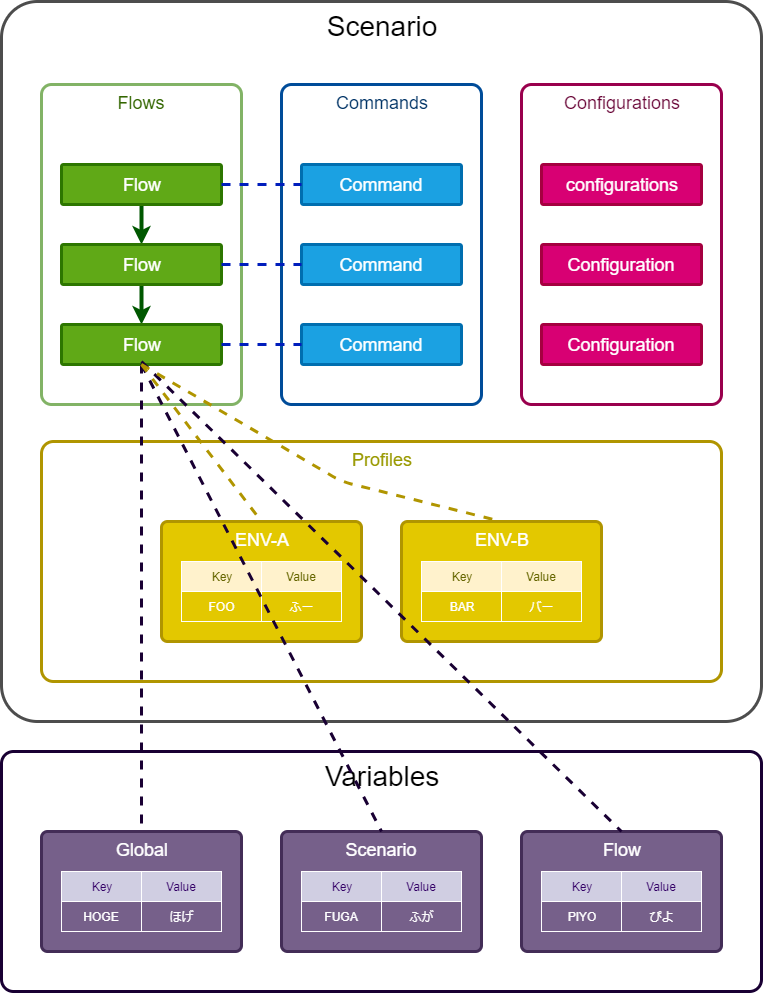
Earlier version of the draw.io export docs/pages/specification/images/scenario-image.png (epion-tropic-test-tool/epion-t3-doc). Source tidied: cells renumbered, new cells last; positions are measured from the earlier drawing's top-left corner, leaving out a move shared by most shapes.
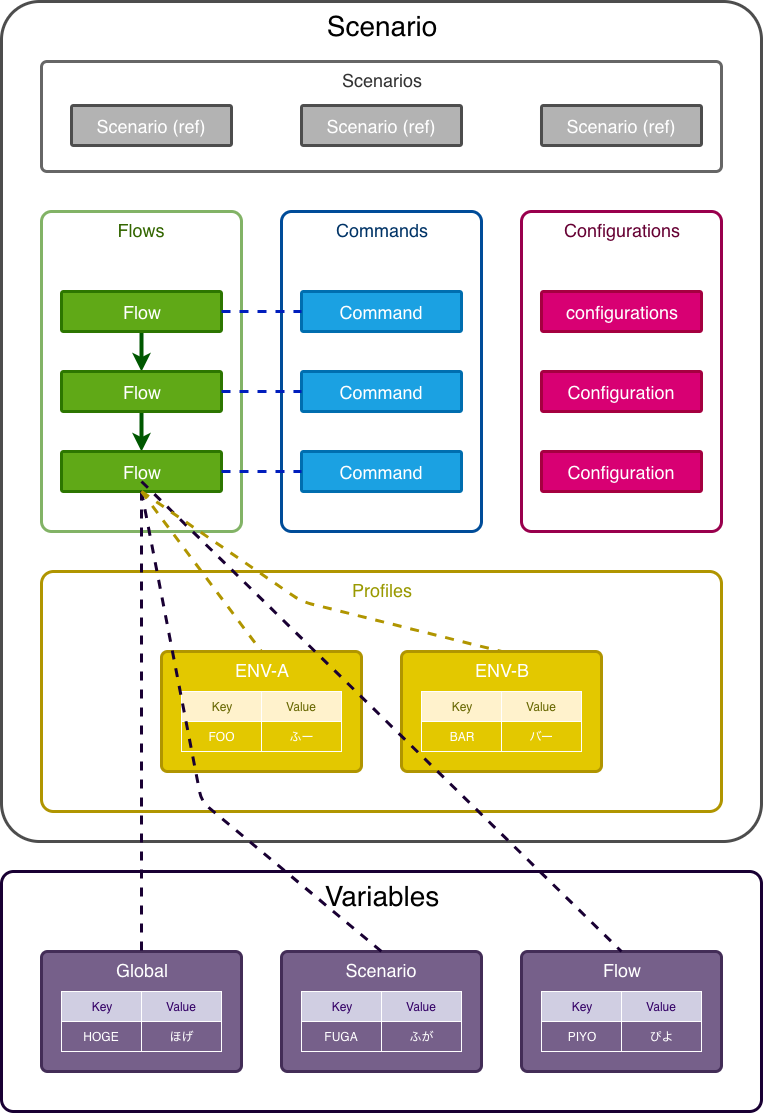
After the change.

Diff of the diagram source:
```diff
@@ -5,6 +5,6 @@
     <mxCell id="2" value="&lt;div style=&quot;text-align: left&quot;&gt;&lt;font style=&quot;font-size: 28px&quot;&gt;Scenario&lt;/font&gt;&lt;/div&gt;" style="rounded=1;whiteSpace=wrap;html=1;arcSize=5;align=center;verticalAlign=top;fillColor=none;strokeColor=#4D4D4D;strokeWidth=3;labelBackgroundColor=#ffffff;perimeterSpacing=0;comic=0;shadow=0;glass=0;" parent="1" vertex="1">
-      <mxGeometry width="760" height="720" as="geometry" />
+      <mxGeometry width="760" height="840" as="geometry" />
     </mxCell>
     <mxCell id="3" value="&lt;div style=&quot;text-align: left&quot;&gt;&lt;span style=&quot;font-size: 18px&quot;&gt;Flows&lt;/span&gt;&lt;/div&gt;" style="rounded=1;whiteSpace=wrap;html=1;arcSize=5;align=center;verticalAlign=top;fillColor=none;strokeColor=#82b366;gradientColor=none;strokeWidth=3;fontColor=#336600;" parent="1" vertex="1">
-      <mxGeometry x="40" y="83" width="200" height="320" as="geometry" />
+      <mxGeometry x="40" y="210" width="200" height="320" as="geometry" />
     </mxCell>
@@ -14,3 +14,3 @@
     <mxCell id="5" value="&lt;div style=&quot;text-align: left&quot;&gt;&lt;span style=&quot;font-size: 18px&quot;&gt;Flow&lt;/span&gt;&lt;/div&gt;" style="rounded=1;whiteSpace=wrap;html=1;arcSize=5;align=center;verticalAlign=middle;fillColor=#60a917;strokeColor=#2D7600;strokeWidth=3;fontColor=#ffffff;" parent="1" vertex="1">
-      <mxGeometry x="60" y="163" width="160" height="40" as="geometry" />
+      <mxGeometry x="60" y="290" width="160" height="40" as="geometry" />
     </mxCell>
@@ -20,30 +20,30 @@
     <mxCell id="7" value="&lt;div style=&quot;text-align: left&quot;&gt;&lt;span style=&quot;font-size: 18px&quot;&gt;Flow&lt;/span&gt;&lt;/div&gt;" style="rounded=1;whiteSpace=wrap;html=1;arcSize=5;align=center;verticalAlign=middle;fillColor=#60a917;strokeColor=#2D7600;strokeWidth=3;fontColor=#ffffff;" parent="1" vertex="1">
-      <mxGeometry x="60" y="243" width="160" height="40" as="geometry" />
+      <mxGeometry x="60" y="370" width="160" height="40" as="geometry" />
     </mxCell>
     <mxCell id="8" value="&lt;div style=&quot;text-align: left&quot;&gt;&lt;span style=&quot;font-size: 18px&quot;&gt;Flow&lt;/span&gt;&lt;/div&gt;" style="rounded=1;whiteSpace=wrap;html=1;arcSize=5;align=center;verticalAlign=middle;fillColor=#60a917;strokeColor=#2D7600;strokeWidth=3;fontColor=#ffffff;" parent="1" vertex="1">
-      <mxGeometry x="60" y="323" width="160" height="40" as="geometry" />
+      <mxGeometry x="60" y="450" width="160" height="40" as="geometry" />
     </mxCell>
     <mxCell id="9" value="&lt;div style=&quot;text-align: left&quot;&gt;&lt;span style=&quot;font-size: 18px&quot;&gt;Commands&lt;/span&gt;&lt;/div&gt;" style="rounded=1;whiteSpace=wrap;html=1;arcSize=5;align=center;verticalAlign=top;fillColor=none;strokeColor=#004C99;gradientColor=none;strokeWidth=3;fontColor=#003366;" parent="1" vertex="1">
-      <mxGeometry x="280" y="83" width="200" height="320" as="geometry" />
+      <mxGeometry x="280" y="210" width="200" height="320" as="geometry" />
     </mxCell>
     <mxCell id="10" value="&lt;div style=&quot;text-align: left&quot;&gt;&lt;span style=&quot;font-size: 18px&quot;&gt;Command&lt;/span&gt;&lt;/div&gt;" style="rounded=1;whiteSpace=wrap;html=1;arcSize=5;align=center;verticalAlign=middle;fillColor=#1ba1e2;strokeColor=#006EAF;strokeWidth=3;fontColor=#ffffff;" parent="1" vertex="1">
-      <mxGeometry x="300" y="163" width="160" height="40" as="geometry" />
+      <mxGeometry x="300" y="290" width="160" height="40" as="geometry" />
     </mxCell>
     <mxCell id="11" value="&lt;div style=&quot;text-align: left&quot;&gt;&lt;span style=&quot;font-size: 18px&quot;&gt;Command&lt;/span&gt;&lt;/div&gt;" style="rounded=1;whiteSpace=wrap;html=1;arcSize=5;align=center;verticalAlign=middle;fillColor=#1ba1e2;strokeColor=#006EAF;strokeWidth=3;fontColor=#ffffff;" parent="1" vertex="1">
-      <mxGeometry x="300" y="243" width="160" height="40" as="geometry" />
+      <mxGeometry x="300" y="370" width="160" height="40" as="geometry" />
     </mxCell>
     <mxCell id="12" value="&lt;div style=&quot;text-align: left&quot;&gt;&lt;span style=&quot;font-size: 18px&quot;&gt;Command&lt;/span&gt;&lt;/div&gt;" style="rounded=1;whiteSpace=wrap;html=1;arcSize=5;align=center;verticalAlign=middle;fillColor=#1ba1e2;strokeColor=#006EAF;strokeWidth=3;fontColor=#ffffff;" parent="1" vertex="1">
-      <mxGeometry x="300" y="323" width="160" height="40" as="geometry" />
+      <mxGeometry x="300" y="450" width="160" height="40" as="geometry" />
     </mxCell>
     <mxCell id="13" value="&lt;div style=&quot;text-align: left&quot;&gt;&lt;span style=&quot;font-size: 18px&quot;&gt;&lt;font color=&quot;#660033&quot;&gt;Configurations&lt;/font&gt;&lt;/span&gt;&lt;/div&gt;" style="rounded=1;whiteSpace=wrap;html=1;arcSize=5;align=center;verticalAlign=top;fillColor=none;strokeColor=#99004D;gradientColor=none;strokeWidth=3;fontColor=#003366;" parent="1" vertex="1">
-      <mxGeometry x="520" y="83" width="200" height="320" as="geometry" />
+      <mxGeometry x="520" y="210" width="200" height="320" as="geometry" />
     </mxCell>
     <mxCell id="14" value="&lt;div style=&quot;text-align: left&quot;&gt;&lt;span style=&quot;font-size: 18px&quot;&gt;configurations&lt;/span&gt;&lt;/div&gt;" style="rounded=1;whiteSpace=wrap;html=1;arcSize=5;align=center;verticalAlign=middle;fillColor=#d80073;strokeColor=#A50040;strokeWidth=3;fontColor=#ffffff;" parent="1" vertex="1">
-      <mxGeometry x="540" y="163" width="160" height="40" as="geometry" />
+      <mxGeometry x="540" y="290" width="160" height="40" as="geometry" />
     </mxCell>
     <mxCell id="15" value="&lt;div style=&quot;text-align: left&quot;&gt;&lt;span style=&quot;font-size: 18px&quot;&gt;Configuration&lt;/span&gt;&lt;/div&gt;" style="rounded=1;whiteSpace=wrap;html=1;arcSize=5;align=center;verticalAlign=middle;fillColor=#d80073;strokeColor=#A50040;strokeWidth=3;fontColor=#ffffff;" parent="1" vertex="1">
-      <mxGeometry x="540" y="243" width="160" height="40" as="geometry" />
+      <mxGeometry x="540" y="370" width="160" height="40" as="geometry" />
     </mxCell>
     <mxCell id="16" value="&lt;div style=&quot;text-align: left&quot;&gt;&lt;span style=&quot;font-size: 18px&quot;&gt;Configuration&lt;/span&gt;&lt;/div&gt;" style="rounded=1;whiteSpace=wrap;html=1;arcSize=5;align=center;verticalAlign=middle;fillColor=#d80073;strokeColor=#A50040;strokeWidth=3;fontColor=#ffffff;" parent="1" vertex="1">
-      <mxGeometry x="540" y="323" width="160" height="40" as="geometry" />
+      <mxGeometry x="540" y="450" width="160" height="40" as="geometry" />
     </mxCell>
@@ -59,81 +59,81 @@
     <mxCell id="20" value="&lt;div style=&quot;text-align: left&quot;&gt;&lt;font style=&quot;font-size: 28px&quot;&gt;Variables&lt;/font&gt;&lt;/div&gt;" style="rounded=1;whiteSpace=wrap;html=1;arcSize=5;align=center;verticalAlign=top;fillColor=none;strokeColor=#190033;strokeWidth=3;labelBackgroundColor=#ffffff;perimeterSpacing=0;comic=0;shadow=0;glass=0;" parent="1" vertex="1">
-      <mxGeometry y="750" width="760" height="240" as="geometry" />
+      <mxGeometry y="870" width="760" height="240" as="geometry" />
     </mxCell>
     <mxCell id="21" value="&lt;div style=&quot;text-align: left&quot;&gt;&lt;span style=&quot;font-size: 18px&quot;&gt;Global&lt;/span&gt;&lt;/div&gt;" style="rounded=1;whiteSpace=wrap;html=1;arcSize=5;align=center;verticalAlign=top;fillColor=#76608a;strokeColor=#432D57;strokeWidth=3;fontColor=#ffffff;" parent="1" vertex="1">
-      <mxGeometry x="40" y="830" width="200" height="120" as="geometry" />
+      <mxGeometry x="40" y="950" width="200" height="120" as="geometry" />
     </mxCell>
     <mxCell id="22" value="&lt;div style=&quot;text-align: left&quot;&gt;&lt;span style=&quot;font-size: 18px&quot;&gt;Scenario&lt;/span&gt;&lt;/div&gt;" style="rounded=1;whiteSpace=wrap;html=1;arcSize=5;align=center;verticalAlign=top;fillColor=#76608a;strokeColor=#432D57;strokeWidth=3;fontColor=#ffffff;" parent="1" vertex="1">
-      <mxGeometry x="280" y="830" width="200" height="120" as="geometry" />
+      <mxGeometry x="280" y="950" width="200" height="120" as="geometry" />
     </mxCell>
     <mxCell id="23" value="&lt;div style=&quot;text-align: left&quot;&gt;&lt;span style=&quot;font-size: 18px&quot;&gt;Flow&lt;/span&gt;&lt;/div&gt;" style="rounded=1;whiteSpace=wrap;html=1;arcSize=5;align=center;verticalAlign=top;fillColor=#76608a;strokeColor=#432D57;strokeWidth=3;fontColor=#ffffff;" parent="1" vertex="1">
-      <mxGeometry x="520" y="830" width="200" height="120" as="geometry" />
+      <mxGeometry x="520" y="950" width="200" height="120" as="geometry" />
     </mxCell>
     <mxCell id="24" value="HOGE" style="rounded=0;whiteSpace=wrap;html=1;shadow=0;glass=0;comic=0;labelBackgroundColor=none;strokeColor=#FFFFFF;strokeWidth=1;fillColor=none;gradientColor=none;fontColor=#FFFFFF;align=center;" parent="1" vertex="1">
-      <mxGeometry x="60" y="900" width="80" height="30" as="geometry" />
+      <mxGeometry x="60" y="1020" width="80" height="30" as="geometry" />
     </mxCell>
     <mxCell id="25" value="&lt;font&gt;Key&lt;/font&gt;" style="rounded=0;whiteSpace=wrap;html=1;shadow=0;glass=0;comic=0;labelBackgroundColor=none;strokeColor=#FFFFFF;strokeWidth=1;fillColor=#d0cee2;align=center;fontColor=#330066;" parent="1" vertex="1">
-      <mxGeometry x="60" y="870" width="80" height="30" as="geometry" />
+      <mxGeometry x="60" y="990" width="80" height="30" as="geometry" />
     </mxCell>
     <mxCell id="26" value="&lt;font color=&quot;#330066&quot;&gt;Value&lt;/font&gt;" style="rounded=0;whiteSpace=wrap;html=1;shadow=0;glass=0;comic=0;labelBackgroundColor=none;strokeColor=#FFFFFF;strokeWidth=1;fillColor=#d0cee2;align=center;" parent="1" vertex="1">
-      <mxGeometry x="140" y="870" width="80" height="30" as="geometry" />
+      <mxGeometry x="140" y="990" width="80" height="30" as="geometry" />
     </mxCell>
     <mxCell id="27" value="ほげ" style="rounded=0;whiteSpace=wrap;html=1;shadow=0;glass=0;comic=0;labelBackgroundColor=none;strokeColor=#FFFFFF;strokeWidth=1;fillColor=none;gradientColor=none;fontColor=#FFFFFF;align=center;" parent="1" vertex="1">
-      <mxGeometry x="140" y="900" width="80" height="30" as="geometry" />
+      <mxGeometry x="140" y="1020" width="80" height="30" as="geometry" />
     </mxCell>
     <mxCell id="28" value="FUGA" style="rounded=0;whiteSpace=wrap;html=1;shadow=0;glass=0;comic=0;labelBackgroundColor=none;strokeColor=#FFFFFF;strokeWidth=1;fillColor=none;gradientColor=none;fontColor=#FFFFFF;align=center;" parent="1" vertex="1">
-      <mxGeometry x="300" y="900" width="80" height="30" as="geometry" />
+      <mxGeometry x="300" y="1020" width="80" height="30" as="geometry" />
     </mxCell>
     <mxCell id="29" value="&lt;font&gt;Key&lt;/font&gt;" style="rounded=0;whiteSpace=wrap;html=1;shadow=0;glass=0;comic=0;labelBackgroundColor=none;strokeColor=#FFFFFF;strokeWidth=1;fillColor=#d0cee2;align=center;fontColor=#330066;" parent="1" vertex="1">
-      <mxGeometry x="300" y="870" width="80" height="30" as="geometry" />
+      <mxGeometry x="300" y="990" width="80" height="30" as="geometry" />
     </mxCell>
     <mxCell id="30" value="&lt;font color=&quot;#330066&quot;&gt;Value&lt;/font&gt;" style="rounded=0;whiteSpace=wrap;html=1;shadow=0;glass=0;comic=0;labelBackgroundColor=none;strokeColor=#FFFFFF;strokeWidth=1;fillColor=#d0cee2;align=center;" parent="1" vertex="1">
-      <mxGeometry x="380" y="870" width="80" height="30" as="geometry" />
+      <mxGeometry x="380" y="990" width="80" height="30" as="geometry" />
     </mxCell>
     <mxCell id="31" value="ふが" style="rounded=0;whiteSpace=wrap;html=1;shadow=0;glass=0;comic=0;labelBackgroundColor=none;strokeColor=#FFFFFF;strokeWidth=1;fillColor=none;gradientColor=none;fontColor=#FFFFFF;align=center;" parent="1" vertex="1">
-      <mxGeometry x="380" y="900" width="80" height="30" as="geometry" />
+      <mxGeometry x="380" y="1020" width="80" height="30" as="geometry" />
     </mxCell>
     <mxCell id="32" value="PIYO" style="rounded=0;whiteSpace=wrap;html=1;shadow=0;glass=0;comic=0;labelBackgroundColor=none;strokeColor=#FFFFFF;strokeWidth=1;fillColor=none;gradientColor=none;fontColor=#FFFFFF;align=center;" parent="1" vertex="1">
-      <mxGeometry x="540" y="900" width="80" height="30" as="geometry" />
+      <mxGeometry x="540" y="1020" width="80" height="30" as="geometry" />
     </mxCell>
     <mxCell id="33" value="&lt;font&gt;Key&lt;/font&gt;" style="rounded=0;whiteSpace=wrap;html=1;shadow=0;glass=0;comic=0;labelBackgroundColor=none;strokeColor=#FFFFFF;strokeWidth=1;fillColor=#d0cee2;align=center;fontColor=#330066;" parent="1" vertex="1">
-      <mxGeometry x="540" y="870" width="80" height="30" as="geometry" />
+      <mxGeometry x="540" y="990" width="80" height="30" as="geometry" />
     </mxCell>
     <mxCell id="34" value="&lt;font color=&quot;#330066&quot;&gt;Value&lt;/font&gt;" style="rounded=0;whiteSpace=wrap;html=1;shadow=0;glass=0;comic=0;labelBackgroundColor=none;strokeColor=#FFFFFF;strokeWidth=1;fillColor=#d0cee2;align=center;" parent="1" vertex="1">
-      <mxGeometry x="620" y="870" width="80" height="30" as="geometry" />
+      <mxGeometry x="620" y="990" width="80" height="30" as="geometry" />
     </mxCell>
     <mxCell id="35" value="ぴよ" style="rounded=0;whiteSpace=wrap;html=1;shadow=0;glass=0;comic=0;labelBackgroundColor=none;strokeColor=#FFFFFF;strokeWidth=1;fillColor=none;gradientColor=none;fontColor=#FFFFFF;align=center;" parent="1" vertex="1">
-      <mxGeometry x="620" y="900" width="80" height="30" as="geometry" />
+      <mxGeometry x="620" y="1020" width="80" height="30" as="geometry" />
     </mxCell>
     <mxCell id="36" value="&lt;div style=&quot;text-align: left&quot;&gt;&lt;span style=&quot;font-size: 18px&quot;&gt;Profiles&lt;/span&gt;&lt;/div&gt;" style="rounded=1;whiteSpace=wrap;html=1;arcSize=5;align=center;verticalAlign=top;fillColor=none;strokeColor=#B09500;strokeWidth=3;fontColor=#999900;" parent="1" vertex="1">
-      <mxGeometry x="40" y="440" width="680" height="240" as="geometry" />
+      <mxGeometry x="40" y="570" width="680" height="240" as="geometry" />
     </mxCell>
     <mxCell id="37" value="&lt;div style=&quot;text-align: left&quot;&gt;&lt;span style=&quot;font-size: 18px&quot;&gt;ENV-A&lt;/span&gt;&lt;/div&gt;" style="rounded=1;whiteSpace=wrap;html=1;arcSize=5;align=center;verticalAlign=top;fillColor=#e3c800;strokeColor=#B09500;strokeWidth=3;fontColor=#ffffff;" parent="1" vertex="1">
-      <mxGeometry x="160" y="520" width="200" height="120" as="geometry" />
+      <mxGeometry x="160" y="650" width="200" height="120" as="geometry" />
     </mxCell>
     <mxCell id="38" value="&lt;div style=&quot;text-align: left&quot;&gt;&lt;span style=&quot;font-size: 18px&quot;&gt;ENV-B&lt;/span&gt;&lt;/div&gt;" style="rounded=1;whiteSpace=wrap;html=1;arcSize=5;align=center;verticalAlign=top;fillColor=#e3c800;strokeColor=#B09500;strokeWidth=3;fontColor=#ffffff;" parent="1" vertex="1">
-      <mxGeometry x="400" y="520" width="200" height="120" as="geometry" />
+      <mxGeometry x="400" y="650" width="200" height="120" as="geometry" />
     </mxCell>
     <mxCell id="39" value="FOO" style="rounded=0;whiteSpace=wrap;html=1;shadow=0;glass=0;comic=0;labelBackgroundColor=none;strokeColor=#FFFFFF;strokeWidth=1;fillColor=none;gradientColor=none;fontColor=#FFFFFF;align=center;" parent="1" vertex="1">
-      <mxGeometry x="180" y="590" width="80" height="30" as="geometry" />
+      <mxGeometry x="180" y="720" width="80" height="30" as="geometry" />
     </mxCell>
     <mxCell id="40" value="&lt;font&gt;Key&lt;/font&gt;" style="rounded=0;whiteSpace=wrap;html=1;shadow=0;glass=0;comic=0;labelBackgroundColor=none;strokeColor=#FFFFFF;strokeWidth=1;fillColor=#fff2cc;align=center;fontColor=#666600;" parent="1" vertex="1">
-      <mxGeometry x="180" y="560" width="80" height="30" as="geometry" />
+      <mxGeometry x="180" y="690" width="80" height="30" as="geometry" />
     </mxCell>
     <mxCell id="41" value="&lt;font&gt;Value&lt;/font&gt;" style="rounded=0;whiteSpace=wrap;html=1;shadow=0;glass=0;comic=0;labelBackgroundColor=none;strokeColor=#FFFFFF;strokeWidth=1;fillColor=#fff2cc;align=center;fontColor=#666600;" parent="1" vertex="1">
-      <mxGeometry x="260" y="560" width="80" height="30" as="geometry" />
+      <mxGeometry x="260" y="690" width="80" height="30" as="geometry" />
     </mxCell>
     <mxCell id="42" value="ふー" style="rounded=0;whiteSpace=wrap;html=1;shadow=0;glass=0;comic=0;labelBackgroundColor=none;strokeColor=#FFFFFF;strokeWidth=1;fillColor=none;gradientColor=none;fontColor=#FFFFFF;align=center;" parent="1" vertex="1">
-      <mxGeometry x="260" y="590" width="80" height="30" as="geometry" />
+      <mxGeometry x="260" y="720" width="80" height="30" as="geometry" />
     </mxCell>
     <mxCell id="43" value="BAR" style="rounded=0;whiteSpace=wrap;html=1;shadow=0;glass=0;comic=0;labelBackgroundColor=none;strokeColor=#FFFFFF;strokeWidth=1;fillColor=none;gradientColor=none;fontColor=#FFFFFF;align=center;" parent="1" vertex="1">
-      <mxGeometry x="420" y="590" width="80" height="30" as="geometry" />
+      <mxGeometry x="420" y="720" width="80" height="30" as="geometry" />
     </mxCell>
     <mxCell id="44" value="&lt;font&gt;Key&lt;/font&gt;" style="rounded=0;whiteSpace=wrap;html=1;shadow=0;glass=0;comic=0;labelBackgroundColor=none;strokeColor=#FFFFFF;strokeWidth=1;fillColor=#fff2cc;align=center;fontColor=#666600;" parent="1" vertex="1">
-      <mxGeometry x="420" y="560" width="80" height="30" as="geometry" />
+      <mxGeometry x="420" y="690" width="80" height="30" as="geometry" />
     </mxCell>
     <mxCell id="45" value="&lt;font&gt;Value&lt;/font&gt;" style="rounded=0;whiteSpace=wrap;html=1;shadow=0;glass=0;comic=0;labelBackgroundColor=none;strokeColor=#FFFFFF;strokeWidth=1;fillColor=#fff2cc;align=center;fontColor=#666600;" parent="1" vertex="1">
-      <mxGeometry x="500" y="560" width="80" height="30" as="geometry" />
+      <mxGeometry x="500" y="690" width="80" height="30" as="geometry" />
     </mxCell>
     <mxCell id="46" value="バー" style="rounded=0;whiteSpace=wrap;html=1;shadow=0;glass=0;comic=0;labelBackgroundColor=none;strokeColor=#FFFFFF;strokeWidth=1;fillColor=none;gradientColor=none;fontColor=#FFFFFF;align=center;" parent="1" vertex="1">
-      <mxGeometry x="500" y="590" width="80" height="30" as="geometry" />
+      <mxGeometry x="500" y="720" width="80" height="30" as="geometry" />
     </mxCell>
@@ -143,3 +143,7 @@
     <mxCell id="48" style="endArrow=none;dashed=1;html=1;strokeWidth=3;fontColor=#003366;exitX=0.5;exitY=1;exitDx=0;exitDy=0;fillColor=#0050ef;strokeColor=#190033;entryX=0.5;entryY=0;entryDx=0;entryDy=0;" parent="1" edge="1" source="8" target="22">
-      <mxGeometry relative="1" as="geometry" />
+      <mxGeometry relative="1" as="geometry">
+        <Array as="points">
+          <mxPoint x="200" y="800" />
+        </Array>
+      </mxGeometry>
     </mxCell>
@@ -147,3 +151,3 @@
       <mxGeometry relative="1" as="geometry">
-        <mxPoint x="140" y="360" as="sourcePoint" />
+        <mxPoint x="140" y="480" as="sourcePoint" />
       </mxGeometry>
@@ -153,3 +157,3 @@
         <Array as="points">
-          <mxPoint x="340" y="480" />
+          <mxPoint x="300" y="600" />
         </Array>
@@ -160,2 +164,14 @@
     </mxCell>
+    <mxCell id="52" value="&lt;span style=&quot;font-size: 18px&quot;&gt;Scenarios&lt;/span&gt;" style="rounded=1;whiteSpace=wrap;html=1;arcSize=5;align=center;verticalAlign=top;fillColor=none;strokeColor=#666666;gradientColor=none;strokeWidth=3;fontColor=#333333;" parent="1" vertex="1">
+      <mxGeometry x="40" y="60" width="680" height="110" as="geometry" />
+    </mxCell>
+    <mxCell id="53" value="&lt;div style=&quot;text-align: left&quot;&gt;&lt;span style=&quot;font-size: 18px&quot;&gt;Scenario (ref)&lt;/span&gt;&lt;/div&gt;" style="rounded=1;whiteSpace=wrap;html=1;arcSize=5;align=center;verticalAlign=middle;fillColor=#B3B3B3;strokeColor=#4D4D4D;strokeWidth=3;fontColor=#ffffff;" parent="1" vertex="1">
+      <mxGeometry x="70" y="104" width="160" height="40" as="geometry" />
+    </mxCell>
+    <mxCell id="54" value="&lt;div style=&quot;text-align: left&quot;&gt;&lt;span style=&quot;font-size: 18px&quot;&gt;Scenario (ref)&lt;/span&gt;&lt;/div&gt;" style="rounded=1;whiteSpace=wrap;html=1;arcSize=5;align=center;verticalAlign=middle;fillColor=#B3B3B3;strokeColor=#4D4D4D;strokeWidth=3;fontColor=#ffffff;" parent="1" vertex="1">
+      <mxGeometry x="300" y="104" width="160" height="40" as="geometry" />
+    </mxCell>
+    <mxCell id="55" value="&lt;div style=&quot;text-align: left&quot;&gt;&lt;span style=&quot;font-size: 18px&quot;&gt;Scenario (ref)&lt;/span&gt;&lt;/div&gt;" style="rounded=1;whiteSpace=wrap;html=1;arcSize=5;align=center;verticalAlign=middle;fillColor=#B3B3B3;strokeColor=#4D4D4D;strokeWidth=3;fontColor=#ffffff;" parent="1" vertex="1">
+      <mxGeometry x="540" y="104" width="160" height="40" as="geometry" />
+    </mxCell>
   </root>
```
